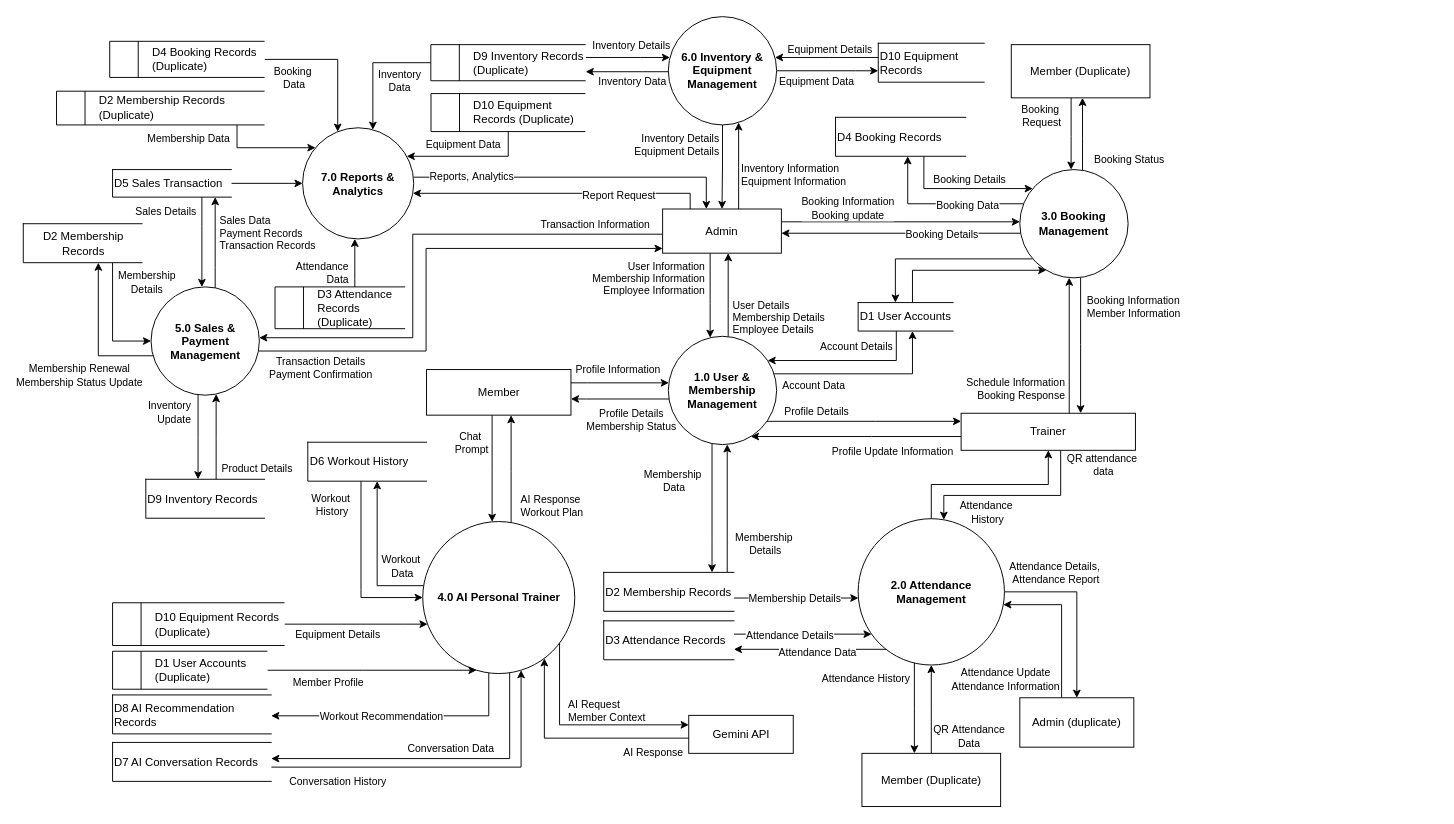
Above: page "Dataflow Diagram lvl 1" (4 of 5) of Dataflow diagram.drawio in xelfus23/draw-io (draw.io), before the change. Source tidied: cells renumbered, new cells numbered last; positions are measured from the earlier drawing's top-left corner, leaving out a move shared by most shapes. Both pictures are drawn from the tidied source at 95%, with x=0, y=0 at pixel (23, 16).
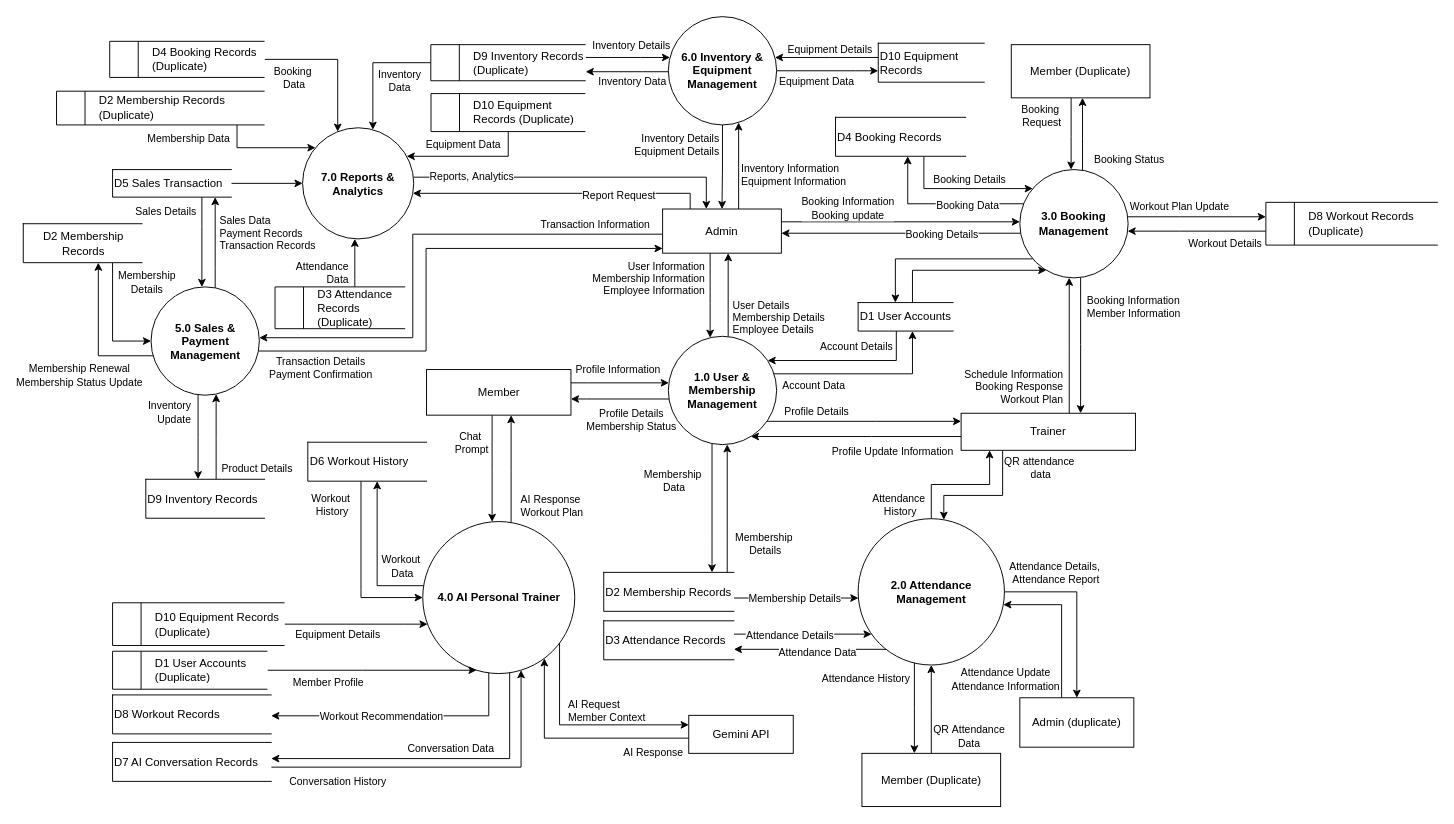
The same page after the edit.

Unchanged cells that the change refers to:
```xml
<mxCell id="10" value="&lt;b&gt;2.0 Attendance Management&lt;/b&gt;" style="ellipse;whiteSpace=wrap;html=1;" parent="1" vertex="1">
  <mxGeometry x="878.8" y="528.5" width="154" height="154" as="geometry" />
</mxCell>
<mxCell id="29" value="&lt;b&gt;3.0 Booking Management&lt;/b&gt;" style="ellipse;whiteSpace=wrap;html=1;" parent="1" vertex="1">
  <mxGeometry x="1049" y="161" width="114" height="114" as="geometry" />
</mxCell>
<mxCell id="79" style="edgeStyle=orthogonalEdgeStyle;rounded=0;jettySize=auto;html=1;" parent="1" edge="1" source="81" target="29">
  <mxGeometry relative="1" as="geometry">
    <Array as="points">
      <mxPoint x="1101" y="350" />
      <mxPoint x="1101" y="350" />
    </Array>
  </mxGeometry>
</mxCell>
<mxCell id="81" value="Trainer" style="html=1;dashed=0;whiteSpace=wrap;" parent="1" vertex="1">
  <mxGeometry x="987.2" y="417.5" width="183.5" height="39" as="geometry" />
</mxCell>
```

What changed in the source:
```diff
@@
     <mxCell id="6" style="rounded=0;jettySize=auto;html=1;edgeStyle=orthogonalEdgeStyle;" parent="1" edge="1" source="10" target="81">
-      <mxGeometry relative="1" as="geometry" />
+      <mxGeometry relative="1" as="geometry">
+        <Array as="points">
+          <mxPoint x="955.8" y="492.5" />
+          <mxPoint x="1017.2" y="492.5" />
+        </Array>
+      </mxGeometry>
     </mxCell>
     <mxCell id="7" value="Attendance&amp;nbsp;&lt;div&gt;&lt;span style=&quot;background-color: light-dark(#ffffff, var(--ge-dark-color, #121212)); color: light-dark(rgb(0, 0, 0), rgb(255, 255, 255));&quot;&gt;History&lt;/span&gt;&lt;/div&gt;" style="edgeLabel;html=1;align=center;verticalAlign=middle;" parent="6" vertex="1">
       <mxGeometry x="0.31" y="3" relative="1" as="geometry">
-        <mxPoint x="-33" y="32" as="offset" />
+        <mxPoint x="-84" y="24" as="offset" />
       </mxGeometry>
     </mxCell>
@@
+    <mxCell id="155" style="edgeStyle=orthogonalEdgeStyle;rounded=0;jettySize=auto;html=1;" parent="1" edge="1" source="29" target="159">
+      <mxGeometry relative="1" as="geometry">
+        <Array as="points">
+          <mxPoint x="1216.8" y="210.7" />
+          <mxPoint x="1216.8" y="210.7" />
+        </Array>
+      </mxGeometry>
+    </mxCell>
+    <mxCell id="156" value="Workout Plan&amp;nbsp;&lt;span style=&quot;background-color: light-dark(#ffffff, var(--ge-dark-color, #121212)); color: light-dark(rgb(0, 0, 0), rgb(255, 255, 255));&quot;&gt;Update&lt;/span&gt;" style="edgeLabel;html=1;align=center;verticalAlign=middle;" parent="155" vertex="1">
+      <mxGeometry x="-0.3" y="2" relative="1" as="geometry">
+        <mxPoint x="3" y="-9" as="offset" />
+      </mxGeometry>
+    </mxCell>
@@
     <mxCell id="77" style="rounded=0;jettySize=auto;html=1;edgeStyle=orthogonalEdgeStyle;" parent="1" edge="1" source="81" target="10">
       <mxGeometry relative="1" as="geometry">
         <Array as="points">
-          <mxPoint x="1092" y="504" />
+          <mxPoint x="1030.9" y="504" />
           <mxPoint x="969" y="504" />
         </Array>
       </mxGeometry>
     </mxCell>
     <mxCell id="78" value="QR attendance&amp;nbsp;&lt;div&gt;data&lt;/div&gt;" style="edgeLabel;html=1;align=center;verticalAlign=middle;" parent="77" vertex="1">
       <mxGeometry x="-0.07" y="1" relative="1" as="geometry">
-        <mxPoint x="88" y="-34" as="offset" />
+        <mxPoint x="55" y="-31" as="offset" />
       </mxGeometry>
     </mxCell>
@@
-    <mxCell id="80" value="Schedule Information&lt;div&gt;&lt;span style=&quot;background-color: light-dark(#ffffff, var(--ge-dark-color, #121212)); color: light-dark(rgb(0, 0, 0), rgb(255, 255, 255));&quot;&gt;Booking Response&lt;/span&gt;&lt;/div&gt;" style="edgeLabel;html=1;align=right;verticalAlign=middle;" parent="79" vertex="1">
+    <mxCell id="80" value="Schedule Information&lt;div&gt;&lt;span style=&quot;background-color: light-dark(#ffffff, var(--ge-dark-color, #121212)); color: light-dark(rgb(0, 0, 0), rgb(255, 255, 255));&quot;&gt;Booking Response&lt;/span&gt;&lt;/div&gt;&lt;div&gt;&lt;span style=&quot;background-color: light-dark(#ffffff, var(--ge-dark-color, #121212)); color: light-dark(rgb(0, 0, 0), rgb(255, 255, 255));&quot;&gt;Workout Plan&lt;/span&gt;&lt;/div&gt;" style="edgeLabel;html=1;align=right;verticalAlign=middle;" parent="79" vertex="1">
       <mxGeometry x="-0.03" y="-1" relative="1" as="geometry">
-        <mxPoint x="-5" y="43" as="offset" />
+        <mxPoint x="-7" y="41" as="offset" />
       </mxGeometry>
     </mxCell>
@@
-    <mxCell id="137" value="D8 AI&amp;nbsp;&lt;span style=&quot;background-color: transparent; color: light-dark(rgb(0, 0, 0), rgb(255, 255, 255));&quot;&gt;Recommendation Records&lt;/span&gt;" style="html=1;dashed=0;whiteSpace=wrap;shape=partialRectangle;right=0;align=left;" parent="1" vertex="1">
+    <mxCell id="137" value="D8 Workout Records" style="html=1;dashed=0;whiteSpace=wrap;shape=partialRectangle;right=0;align=left;" parent="1" vertex="1">
       <mxGeometry x="94" y="714" width="167" height="41" as="geometry" />
     </mxCell>
@@
+    <mxCell id="157" style="edgeStyle=orthogonalEdgeStyle;rounded=0;jettySize=auto;html=1;" parent="1" edge="1" source="159" target="29">
+      <mxGeometry relative="1" as="geometry">
+        <Array as="points">
+          <mxPoint x="1217.3" y="225.8" />
+          <mxPoint x="1217.3" y="225.8" />
+        </Array>
+      </mxGeometry>
+    </mxCell>
+    <mxCell id="158" value="Workout Details" style="edgeLabel;html=1;align=center;verticalAlign=middle;" parent="157" vertex="1">
+      <mxGeometry x="-0.38" y="-1" relative="1" as="geometry">
+        <mxPoint x="1" y="14" as="offset" />
+      </mxGeometry>
+    </mxCell>
+    <mxCell id="159" value="&lt;blockquote style=&quot;margin: 0px 0px 0px 40px; border-width: medium; border-style: none; border-color: currentcolor; border-image: none; padding: 0px;&quot;&gt;D8 Workout Records (Duplicate)&lt;/blockquote&gt;" style="html=1;dashed=0;whiteSpace=wrap;shape=mxgraph.dfd.dataStoreID;align=left;spacingLeft=3;points=[[0,0],[0.5,0],[1,0],[0,0.5],[1,0.5],[0,1],[0.5,1],[1,1]];" parent="1" vertex="1">
+      <mxGeometry x="1308" y="195.5" width="181" height="45" as="geometry" />
+    </mxCell>
```
